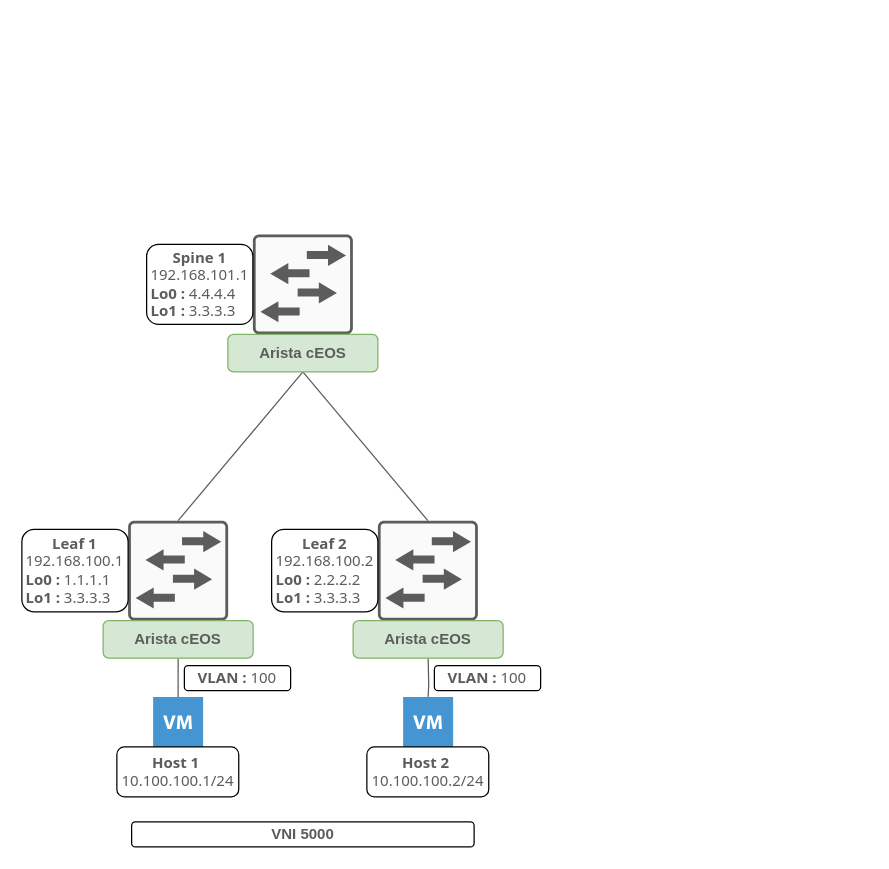
The draw.io diagram documentation/assets/images/diagrams/VXLAN.drawio in damienarnodo/VXLAN-EVPN, before the edit. Source tidied: cells renumbered, new cells numbered last; positions are measured from the earlier drawing's top-left corner, leaving out a move shared by most shapes. Both pictures are drawn from the tidied source at 125%, with x=0, y=0 at pixel (21, 234).
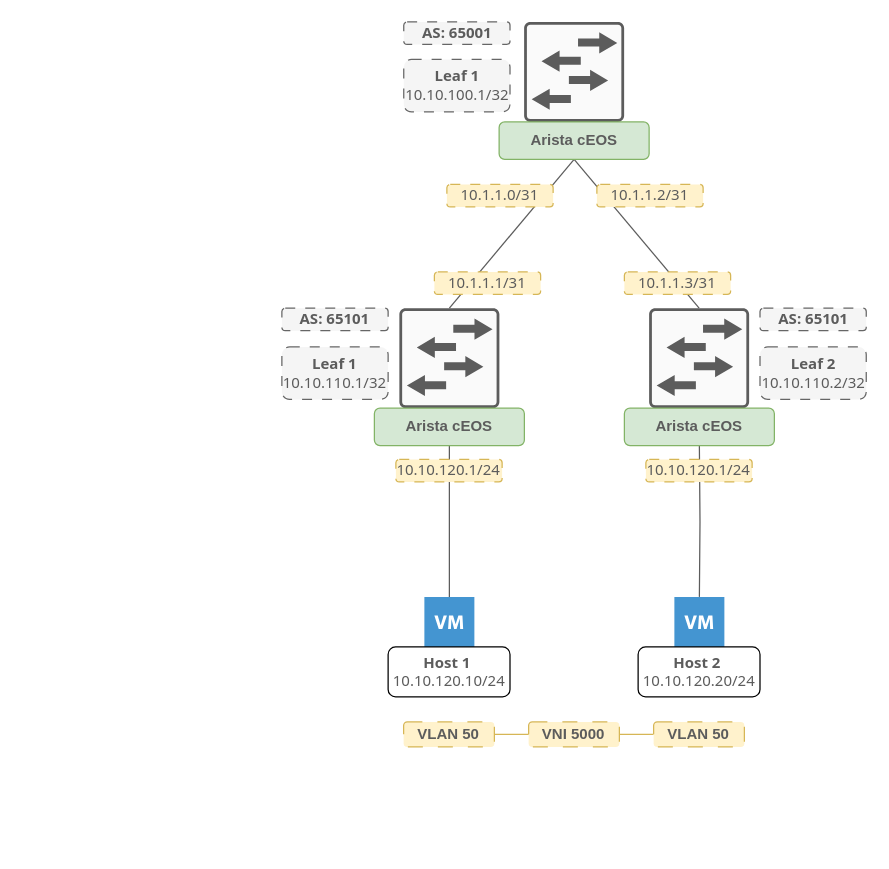
Above is the later version.

Commit message (it also covers changes not shown here):
Update schema and devices configuration

The edit, as a diff of the source:
```diff
@@
     <mxCell id="2" style="sketch=0;verticalLabelPosition=bottom;html=1;verticalAlign=top;align=center;shape=mxgraph.cisco19.rect;prIcon=l2_switch;fillColor=#FAFAFA;strokeColor=#5c5c5c;" parent="1" vertex="1">
-      <mxGeometry x="184.8" width="80" height="80" as="geometry" />
+      <mxGeometry x="401.8" y="-170" width="80" height="80" as="geometry" />
     </mxCell>
     <mxCell id="3" style="sketch=0;points=[[0.015,0.015,0],[0.985,0.015,0],[0.985,0.985,0],[0.015,0.985,0],[0.25,0,0],[0.5,0,0],[0.75,0,0],[1,0.25,0],[1,0.5,0],[1,0.75,0],[0.75,1,0],[0.5,1,0],[0.25,1,0],[0,0.75,0],[0,0.5,0],[0,0.25,0]];verticalLabelPosition=bottom;html=1;verticalAlign=top;align=center;shape=mxgraph.cisco19.rect;prIcon=l2_switch;fillColor=#FAFAFA;strokeColor=#5c5c5c;" parent="1" vertex="1">
-      <mxGeometry x="284.8" y="229" width="80" height="80" as="geometry" />
+      <mxGeometry x="501.8" y="59" width="80" height="80" as="geometry" />
     </mxCell>
     <mxCell id="4" style="sketch=0;points=[[0.015,0.015,0],[0.985,0.015,0],[0.985,0.985,0],[0.015,0.985,0],[0.25,0,0],[0.5,0,0],[0.75,0,0],[1,0.25,0],[1,0.5,0],[1,0.75,0],[0.75,1,0],[0.5,1,0],[0.25,1,0],[0,0.75,0],[0,0.5,0],[0,0.25,0]];verticalLabelPosition=bottom;html=1;verticalAlign=top;align=center;shape=mxgraph.cisco19.rect;prIcon=l2_switch;fillColor=#FAFAFA;strokeColor=#5c5c5c;" parent="1" vertex="1">
-      <mxGeometry x="85" y="229" width="80" height="80" as="geometry" />
+      <mxGeometry x="302" y="59" width="80" height="80" as="geometry" />
     </mxCell>
@@
     <mxCell id="6" value="&lt;b style=&quot;&quot;&gt;&lt;font color=&quot;#5c5c5c&quot;&gt;Arista cEOS&lt;/font&gt;&lt;/b&gt;" style="rounded=1;whiteSpace=wrap;html=1;fillColor=#d5e8d4;strokeColor=#82b366;" parent="1" vertex="1">
-      <mxGeometry x="65" y="309" width="120" height="30" as="geometry" />
+      <mxGeometry x="282" y="139" width="120" height="30" as="geometry" />
     </mxCell>
     <mxCell id="7" style="edgeStyle=orthogonalEdgeStyle;rounded=0;jettySize=auto;html=1;exitX=0.5;exitY=1;exitDx=0;exitDy=0;endArrow=none;endFill=0;strokeColor=#5c5c5c;flowAnimation=1;" parent="1" edge="1" target="15">
       <mxGeometry relative="1" as="geometry">
-        <mxPoint x="325" y="339" as="sourcePoint" />
+        <mxPoint x="542" y="169" as="sourcePoint" />
       </mxGeometry>
     </mxCell>
@@
     <mxCell id="10" value="&lt;b style=&quot;&quot;&gt;&lt;font color=&quot;#5c5c5c&quot;&gt;Arista cEOS&lt;/font&gt;&lt;/b&gt;" style="rounded=1;whiteSpace=wrap;html=1;fillColor=#d5e8d4;strokeColor=#82b366;" parent="1" vertex="1">
-      <mxGeometry x="164.8" y="80" width="120" height="30" as="geometry" />
+      <mxGeometry x="381.8" y="-90" width="120" height="30" as="geometry" />
     </mxCell>
     <mxCell id="11" style="shadow=0;dashed=0;html=1;strokeColor=none;fillColor=#4495D1;labelPosition=center;verticalLabelPosition=bottom;verticalAlign=top;align=center;outlineConnect=0;shape=mxgraph.veeam.2d.virtual_machine;" parent="1" vertex="1">
-      <mxGeometry x="105" y="370" width="40" height="40" as="geometry" />
+      <mxGeometry x="322" y="290" width="40" height="40" as="geometry" />
     </mxCell>
-    <mxCell id="12" value="&lt;div style=&quot;&quot;&gt;&lt;b style=&quot;color: rgb(92, 92, 92); font-family: Tahoma; background-color: initial;&quot;&gt;Spine 1&lt;/b&gt;&lt;/div&gt;&lt;font color=&quot;#5c5c5c&quot; face=&quot;Tahoma&quot;&gt;&lt;div style=&quot;&quot;&gt;&lt;span style=&quot;background-color: initial;&quot;&gt;192.168.101.1&lt;/span&gt;&lt;/div&gt;&lt;div style=&quot;&quot;&gt;&lt;div style=&quot;border-color: var(--border-color); color: rgb(0, 0, 0); font-family: Helvetica; text-align: left;&quot;&gt;&lt;font style=&quot;border-color: var(--border-color);&quot; face=&quot;Tahoma&quot; color=&quot;#5c5c5c&quot;&gt;&lt;b style=&quot;border-color: var(--border-color);&quot;&gt;Lo0 : &lt;/b&gt;&lt;span style=&quot;border-color: var(--border-color);&quot;&gt;4&lt;/span&gt;.4.4.4&lt;b style=&quot;border-color: var(--border-color);&quot;&gt;&amp;nbsp;&lt;/b&gt;&lt;/font&gt;&lt;/div&gt;&lt;div style=&quot;border-color: var(--border-color); color: rgb(0, 0, 0); font-family: Helvetica; text-align: left;&quot;&gt;&lt;font style=&quot;border-color: var(--border-color);&quot; face=&quot;Tahoma&quot; color=&quot;#5c5c5c&quot;&gt;&lt;b style=&quot;border-color: var(--border-color);&quot;&gt;Lo1 :&amp;nbsp;&lt;/b&gt;3.3.3.3&lt;/font&gt;&lt;/div&gt;&lt;/div&gt;&lt;/font&gt;" style="rounded=1;whiteSpace=wrap;html=1;align=center;" parent="1" vertex="1">
-      <mxGeometry x="99.8" y="8" width="85" height="64" as="geometry" />
-    </mxCell>
-    <mxCell id="13" value="&lt;div style=&quot;&quot;&gt;&lt;b style=&quot;color: rgb(92, 92, 92); font-family: Tahoma; background-color: initial;&quot;&gt;Leaf 1&lt;/b&gt;&lt;/div&gt;&lt;font color=&quot;#5c5c5c&quot; face=&quot;Tahoma&quot;&gt;&lt;div style=&quot;&quot;&gt;&lt;span style=&quot;background-color: initial;&quot;&gt;192.168.100.1&lt;/span&gt;&lt;/div&gt;&lt;div style=&quot;&quot;&gt;&lt;div style=&quot;border-color: var(--border-color); color: rgb(0, 0, 0); font-family: Helvetica; text-align: left;&quot;&gt;&lt;font style=&quot;border-color: var(--border-color);&quot; face=&quot;Tahoma&quot; color=&quot;#5c5c5c&quot;&gt;&lt;b style=&quot;border-color: var(--border-color);&quot;&gt;Lo0 :&amp;nbsp;&lt;/b&gt;1.1.1.1&lt;b style=&quot;border-color: var(--border-color);&quot;&gt;&amp;nbsp;&lt;/b&gt;&lt;/font&gt;&lt;/div&gt;&lt;div style=&quot;border-color: var(--border-color); color: rgb(0, 0, 0); font-family: Helvetica; text-align: left;&quot;&gt;&lt;font style=&quot;border-color: var(--border-color);&quot; face=&quot;Tahoma&quot; color=&quot;#5c5c5c&quot;&gt;&lt;b style=&quot;border-color: var(--border-color);&quot;&gt;Lo1 :&amp;nbsp;&lt;/b&gt;3.3.3.3&lt;/font&gt;&lt;/div&gt;&lt;/div&gt;&lt;/font&gt;" style="rounded=1;whiteSpace=wrap;html=1;align=center;" parent="1" vertex="1">
-      <mxGeometry y="236" width="85" height="66" as="geometry" />
-    </mxCell>
-    <mxCell id="14" value="&lt;div style=&quot;&quot;&gt;&lt;b style=&quot;color: rgb(92, 92, 92); font-family: Tahoma; background-color: initial;&quot;&gt;Leaf 2&lt;/b&gt;&lt;/div&gt;&lt;font color=&quot;#5c5c5c&quot; face=&quot;Tahoma&quot;&gt;&lt;div style=&quot;&quot;&gt;&lt;span style=&quot;background-color: initial;&quot;&gt;192.168.100.2&lt;/span&gt;&lt;/div&gt;&lt;div style=&quot;&quot;&gt;&lt;div style=&quot;border-color: var(--border-color); color: rgb(0, 0, 0); font-family: Helvetica; text-align: left;&quot;&gt;&lt;font style=&quot;border-color: var(--border-color);&quot; face=&quot;Tahoma&quot; color=&quot;#5c5c5c&quot;&gt;&lt;b style=&quot;border-color: var(--border-color);&quot;&gt;Lo0 :&amp;nbsp;&lt;/b&gt;2.2.2.2&lt;b style=&quot;border-color: var(--border-color);&quot;&gt;&amp;nbsp;&lt;/b&gt;&lt;/font&gt;&lt;/div&gt;&lt;div style=&quot;border-color: var(--border-color); color: rgb(0, 0, 0); font-family: Helvetica; text-align: left;&quot;&gt;&lt;font style=&quot;border-color: var(--border-color);&quot; face=&quot;Tahoma&quot; color=&quot;#5c5c5c&quot;&gt;&lt;b style=&quot;border-color: var(--border-color);&quot;&gt;Lo1 :&amp;nbsp;&lt;/b&gt;3.3.3.3&lt;/font&gt;&lt;/div&gt;&lt;/div&gt;&lt;/font&gt;" style="rounded=1;whiteSpace=wrap;html=1;align=center;" parent="1" vertex="1">
-      <mxGeometry x="199.8" y="236" width="85" height="66" as="geometry" />
+    <mxCell id="14" value="&lt;div style=&quot;&quot;&gt;&lt;b style=&quot;color: rgb(92, 92, 92); font-family: Tahoma; background-color: initial;&quot;&gt;Leaf 2&lt;/b&gt;&lt;/div&gt;&lt;font color=&quot;#5c5c5c&quot; face=&quot;Tahoma&quot;&gt;&lt;div style=&quot;&quot;&gt;10.10.110.2/32&lt;/div&gt;&lt;/font&gt;" style="rounded=1;whiteSpace=wrap;html=1;align=center;fillColor=#f5f5f5;fontColor=#333333;strokeColor=#666666;dashed=1;dashPattern=8 8;" parent="1" vertex="1">
+      <mxGeometry x="590.5" y="90" width="85" height="42" as="geometry" />
     </mxCell>
     <mxCell id="15" style="shadow=0;dashed=0;html=1;strokeColor=none;fillColor=#4495D1;labelPosition=center;verticalLabelPosition=bottom;verticalAlign=top;align=center;outlineConnect=0;shape=mxgraph.veeam.2d.virtual_machine;" parent="1" vertex="1">
-      <mxGeometry x="305" y="370" width="40" height="40" as="geometry" />
+      <mxGeometry x="522" y="290" width="40" height="40" as="geometry" />
     </mxCell>
-    <mxCell id="16" value="&lt;div style=&quot;&quot;&gt;&lt;font face=&quot;Tahoma&quot; color=&quot;#5c5c5c&quot;&gt;&lt;b&gt;Host 1&amp;nbsp;&lt;/b&gt;&lt;/font&gt;&lt;/div&gt;&lt;div style=&quot;&quot;&gt;&lt;font face=&quot;Tahoma&quot; color=&quot;#5c5c5c&quot;&gt;10.100.100.1/24&lt;/font&gt;&lt;/div&gt;" style="rounded=1;whiteSpace=wrap;html=1;align=center;" parent="1" vertex="1">
-      <mxGeometry x="76" y="410" width="97.5" height="40" as="geometry" />
+    <mxCell id="16" value="&lt;div style=&quot;&quot;&gt;&lt;font face=&quot;Tahoma&quot; color=&quot;#5c5c5c&quot;&gt;&lt;b&gt;Host 1&amp;nbsp;&lt;/b&gt;&lt;/font&gt;&lt;/div&gt;&lt;div style=&quot;&quot;&gt;&lt;font face=&quot;Tahoma&quot; color=&quot;#5c5c5c&quot;&gt;10.10.120.10/24&lt;/font&gt;&lt;/div&gt;" style="rounded=1;whiteSpace=wrap;html=1;align=center;" parent="1" vertex="1">
+      <mxGeometry x="293" y="330" width="97.5" height="40" as="geometry" />
     </mxCell>
-    <mxCell id="17" value="&lt;div style=&quot;&quot;&gt;&lt;font face=&quot;Tahoma&quot; color=&quot;#5c5c5c&quot;&gt;&lt;b&gt;Host 2&amp;nbsp;&lt;/b&gt;&lt;/font&gt;&lt;/div&gt;&lt;div style=&quot;&quot;&gt;&lt;font face=&quot;Tahoma&quot; color=&quot;#5c5c5c&quot;&gt;10.100.100.2/24&lt;/font&gt;&lt;/div&gt;" style="rounded=1;whiteSpace=wrap;html=1;align=center;" parent="1" vertex="1">
-      <mxGeometry x="276" y="410" width="97.5" height="40" as="geometry" />
+    <mxCell id="17" value="&lt;div style=&quot;&quot;&gt;&lt;font face=&quot;Tahoma&quot; color=&quot;#5c5c5c&quot;&gt;&lt;b&gt;Host 2&amp;nbsp;&lt;/b&gt;&lt;/font&gt;&lt;/div&gt;&lt;div style=&quot;&quot;&gt;&lt;font face=&quot;Tahoma&quot; color=&quot;#5c5c5c&quot;&gt;10.10.120.20/24&lt;/font&gt;&lt;/div&gt;" style="rounded=1;whiteSpace=wrap;html=1;align=center;" parent="1" vertex="1">
+      <mxGeometry x="493" y="330" width="97.5" height="40" as="geometry" />
     </mxCell>
     <mxCell id="18" value="&lt;b style=&quot;&quot;&gt;&lt;font color=&quot;#5c5c5c&quot;&gt;Arista cEOS&lt;/font&gt;&lt;/b&gt;" style="rounded=1;whiteSpace=wrap;html=1;fillColor=#d5e8d4;strokeColor=#82b366;" parent="1" vertex="1">
-      <mxGeometry x="265" y="309" width="120" height="30" as="geometry" />
+      <mxGeometry x="482" y="139" width="120" height="30" as="geometry" />
     </mxCell>
+    <mxCell id="22" style="edgeStyle=orthogonalEdgeStyle;rounded=0;jettySize=auto;html=1;endArrow=none;endFill=0;fillColor=#fff2cc;strokeColor=#d6b656;" parent="1" edge="1" source="19" target="25">
+      <mxGeometry relative="1" as="geometry" />
+    </mxCell>
-    <mxCell id="19" value="&lt;font color=&quot;#5c5c5c&quot;&gt;&lt;b&gt;VNI 5000&lt;/b&gt;&lt;/font&gt;" style="rounded=1;whiteSpace=wrap;html=1;" parent="1" vertex="1">
-      <mxGeometry x="87.8" y="470" width="274" height="20" as="geometry" />
+    <mxCell id="19" value="&lt;font color=&quot;#5c5c5c&quot;&gt;&lt;b&gt;VNI 5000&lt;/b&gt;&lt;/font&gt;" style="rounded=1;whiteSpace=wrap;html=1;fillColor=#fff2cc;strokeColor=#d6b656;dashed=1;dashPattern=12 12;" parent="1" vertex="1">
+      <mxGeometry x="405.4" y="390" width="72.6" height="20" as="geometry" />
     </mxCell>
-    <mxCell id="20" value="&lt;div style=&quot;&quot;&gt;&lt;font face=&quot;Tahoma&quot; color=&quot;#5c5c5c&quot;&gt;&lt;b&gt;VLAN : &lt;/b&gt;100&lt;/font&gt;&lt;/div&gt;" style="rounded=1;whiteSpace=wrap;html=1;align=center;" parent="1" vertex="1">
-      <mxGeometry x="330" y="345" width="85" height="20" as="geometry" />
-    </mxCell>
-    <mxCell id="21" value="&lt;div style=&quot;&quot;&gt;&lt;font face=&quot;Tahoma&quot; color=&quot;#5c5c5c&quot;&gt;&lt;b&gt;VLAN : &lt;/b&gt;100&lt;/font&gt;&lt;/div&gt;" style="rounded=1;whiteSpace=wrap;html=1;align=center;" parent="1" vertex="1">
-      <mxGeometry x="130" y="345" width="85" height="20" as="geometry" />
-    </mxCell>
+    <mxCell id="23" style="edgeStyle=orthogonalEdgeStyle;rounded=0;jettySize=auto;html=1;endArrow=none;endFill=0;fillColor=#fff2cc;strokeColor=#d6b656;" parent="1" edge="1" source="24" target="19">
+      <mxGeometry relative="1" as="geometry" />
+    </mxCell>
+    <mxCell id="24" value="&lt;font color=&quot;#5c5c5c&quot;&gt;&lt;b&gt;VLAN 50&lt;/b&gt;&lt;/font&gt;" style="rounded=1;whiteSpace=wrap;html=1;fillColor=#fff2cc;strokeColor=#d6b656;dashed=1;dashPattern=12 12;" parent="1" vertex="1">
+      <mxGeometry x="305.4" y="390" width="72.6" height="20" as="geometry" />
+    </mxCell>
+    <mxCell id="25" value="&lt;font color=&quot;#5c5c5c&quot;&gt;&lt;b&gt;VLAN 50&lt;/b&gt;&lt;/font&gt;" style="rounded=1;whiteSpace=wrap;html=1;fillColor=#fff2cc;strokeColor=#d6b656;dashed=1;dashPattern=12 12;" parent="1" vertex="1">
+      <mxGeometry x="505.4" y="390" width="72.6" height="20" as="geometry" />
+    </mxCell>
+    <mxCell id="26" value="&lt;div style=&quot;&quot;&gt;&lt;font face=&quot;Tahoma&quot; color=&quot;#5c5c5c&quot;&gt;&lt;b&gt;AS: 65001&lt;/b&gt;&lt;/font&gt;&lt;/div&gt;" style="rounded=1;whiteSpace=wrap;html=1;align=center;fillColor=#f5f5f5;fontColor=#333333;strokeColor=#666666;dashed=1;dashPattern=8 8;" parent="1" vertex="1">
+      <mxGeometry x="305.5" y="-170" width="85" height="18" as="geometry" />
+    </mxCell>
+    <mxCell id="27" value="&lt;div style=&quot;&quot;&gt;&lt;b style=&quot;color: rgb(92, 92, 92); font-family: Tahoma; background-color: initial;&quot;&gt;Leaf 1&lt;/b&gt;&lt;/div&gt;&lt;font color=&quot;#5c5c5c&quot; face=&quot;Tahoma&quot;&gt;&lt;div style=&quot;&quot;&gt;10.10.110.1/32&lt;/div&gt;&lt;/font&gt;" style="rounded=1;whiteSpace=wrap;html=1;align=center;fillColor=#f5f5f5;fontColor=#333333;strokeColor=#666666;dashed=1;dashPattern=8 8;" parent="1" vertex="1">
+      <mxGeometry x="208" y="90" width="85" height="42" as="geometry" />
+    </mxCell>
+    <mxCell id="28" value="&lt;div style=&quot;&quot;&gt;&lt;b style=&quot;color: rgb(92, 92, 92); font-family: Tahoma; background-color: initial;&quot;&gt;Leaf 1&lt;/b&gt;&lt;/div&gt;&lt;font color=&quot;#5c5c5c&quot; face=&quot;Tahoma&quot;&gt;&lt;div style=&quot;&quot;&gt;10.10.100.1/32&lt;/div&gt;&lt;/font&gt;" style="rounded=1;whiteSpace=wrap;html=1;align=center;fillColor=#f5f5f5;fontColor=#333333;strokeColor=#666666;dashed=1;dashPattern=8 8;" parent="1" vertex="1">
+      <mxGeometry x="305.5" y="-140" width="85" height="42" as="geometry" />
+    </mxCell>
+    <mxCell id="29" value="&lt;div style=&quot;&quot;&gt;&lt;font face=&quot;Tahoma&quot; color=&quot;#5c5c5c&quot;&gt;&lt;b&gt;AS: 65101&lt;/b&gt;&lt;/font&gt;&lt;/div&gt;" style="rounded=1;whiteSpace=wrap;html=1;align=center;fillColor=#f5f5f5;fontColor=#333333;strokeColor=#666666;dashed=1;dashPattern=8 8;" parent="1" vertex="1">
+      <mxGeometry x="208" y="59" width="85" height="18" as="geometry" />
+    </mxCell>
+    <mxCell id="30" value="&lt;div style=&quot;&quot;&gt;&lt;font face=&quot;Tahoma&quot; color=&quot;#5c5c5c&quot;&gt;&lt;b&gt;AS: 65101&lt;/b&gt;&lt;/font&gt;&lt;/div&gt;" style="rounded=1;whiteSpace=wrap;html=1;align=center;fillColor=#f5f5f5;fontColor=#333333;strokeColor=#666666;dashed=1;dashPattern=8 8;" parent="1" vertex="1">
+      <mxGeometry x="590.5" y="59" width="85" height="18" as="geometry" />
+    </mxCell>
+    <mxCell id="31" value="&lt;div style=&quot;&quot;&gt;&lt;font face=&quot;Tahoma&quot; color=&quot;#5c5c5c&quot;&gt;10.1.1.0/31&lt;/font&gt;&lt;/div&gt;" style="rounded=1;whiteSpace=wrap;html=1;align=center;fillColor=#fff2cc;strokeColor=#d6b656;dashed=1;dashPattern=8 8;" parent="1" vertex="1">
+      <mxGeometry x="340" y="-40" width="85" height="18" as="geometry" />
+    </mxCell>
+    <mxCell id="32" value="&lt;div style=&quot;&quot;&gt;&lt;font face=&quot;Tahoma&quot; color=&quot;#5c5c5c&quot;&gt;10.1.1.2/31&lt;/font&gt;&lt;/div&gt;" style="rounded=1;whiteSpace=wrap;html=1;align=center;fillColor=#fff2cc;strokeColor=#d6b656;dashed=1;dashPattern=8 8;" parent="1" vertex="1">
+      <mxGeometry x="460" y="-40" width="85" height="18" as="geometry" />
+    </mxCell>
+    <mxCell id="33" value="&lt;div style=&quot;&quot;&gt;&lt;font face=&quot;Tahoma&quot; color=&quot;#5c5c5c&quot;&gt;10.1.1.1/31&lt;/font&gt;&lt;/div&gt;" style="rounded=1;whiteSpace=wrap;html=1;align=center;fillColor=#fff2cc;strokeColor=#d6b656;dashed=1;dashPattern=8 8;" parent="1" vertex="1">
+      <mxGeometry x="330" y="30" width="85" height="18" as="geometry" />
+    </mxCell>
+    <mxCell id="34" value="&lt;div style=&quot;&quot;&gt;&lt;font face=&quot;Tahoma&quot; color=&quot;#5c5c5c&quot;&gt;10.1.1.3/31&lt;/font&gt;&lt;/div&gt;" style="rounded=1;whiteSpace=wrap;html=1;align=center;fillColor=#fff2cc;strokeColor=#d6b656;dashed=1;dashPattern=8 8;" parent="1" vertex="1">
+      <mxGeometry x="482" y="30" width="85" height="18" as="geometry" />
+    </mxCell>
+    <mxCell id="35" value="&lt;div style=&quot;&quot;&gt;&lt;font face=&quot;Tahoma&quot; color=&quot;#5c5c5c&quot;&gt;10.10.120.1/24&lt;/font&gt;&lt;/div&gt;" style="rounded=1;whiteSpace=wrap;html=1;align=center;fillColor=#fff2cc;strokeColor=#d6b656;dashed=1;dashPattern=8 8;" parent="1" vertex="1">
+      <mxGeometry x="299.2" y="180" width="85" height="18" as="geometry" />
+    </mxCell>
+    <mxCell id="36" value="&lt;div style=&quot;&quot;&gt;&lt;font face=&quot;Tahoma&quot; color=&quot;#5c5c5c&quot;&gt;10.10.120.1/24&lt;/font&gt;&lt;/div&gt;" style="rounded=1;whiteSpace=wrap;html=1;align=center;fillColor=#fff2cc;strokeColor=#d6b656;dashed=1;dashPattern=8 8;" parent="1" vertex="1">
+      <mxGeometry x="499.2" y="180" width="85" height="18" as="geometry" />
+    </mxCell>
```
